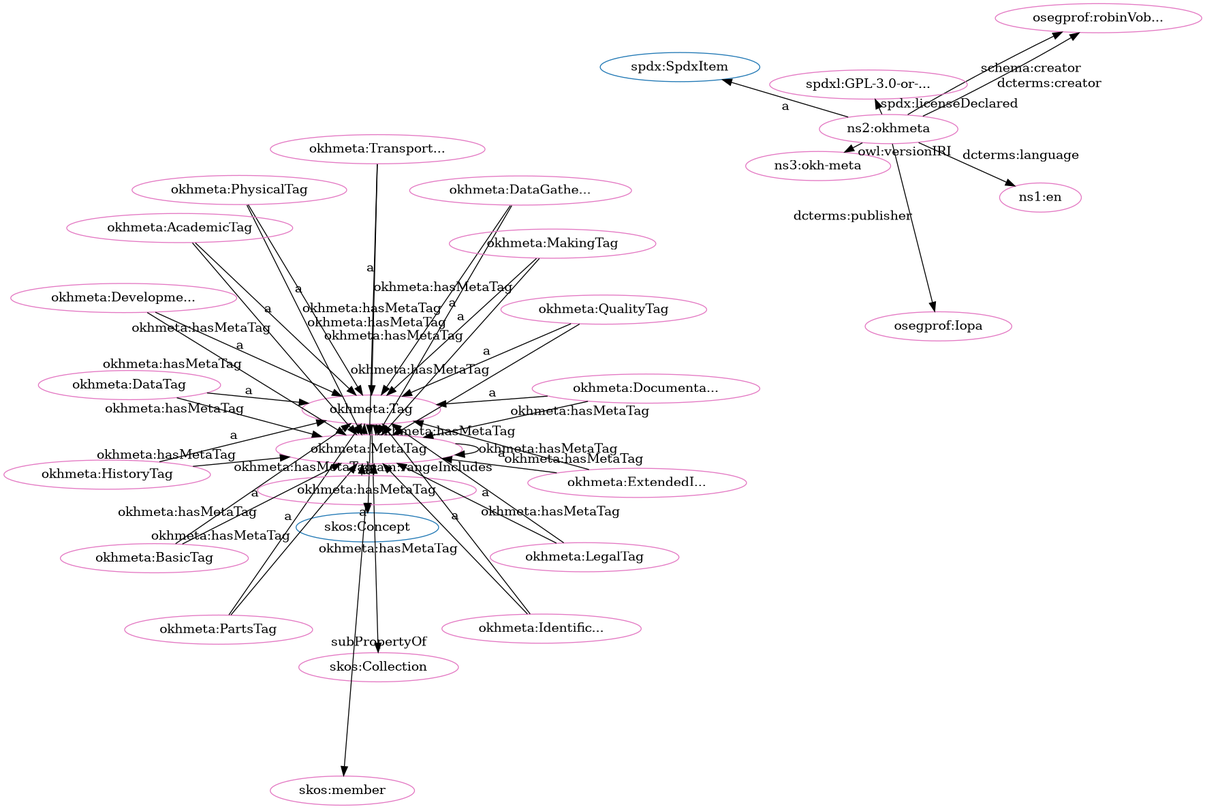
This is src/spec/dot_okh-meta-clean.png from iop-alliance/OpenKnowHow, a Graphviz export, as it was before one commit. Its source is kept beside it as src/spec/dot_okh-meta-clean.dot.
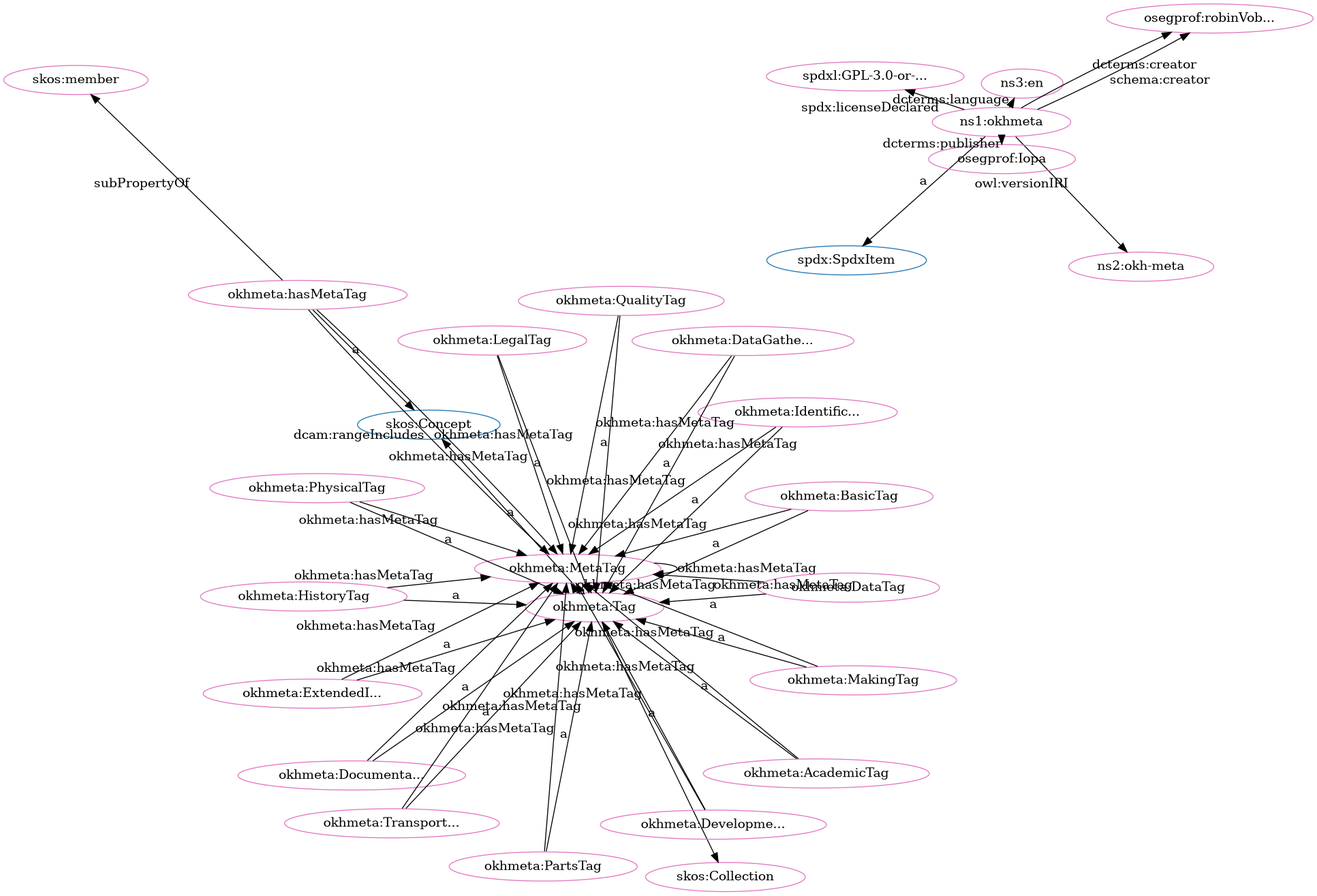
The same diagram one commit later.

Change to the diagram source:
```diff
@@ -1,80 +1,80 @@
 digraph G {
   rankdir=BT
   node[height=.3]
+"http://www.w3.org/2004/02/skos/core#Concept" [fillcolor="#1f77b4" color="#1f77b4" label="skos:Concept"]
 "http://w3id.org/oseg/ont/okhmeta#Tag" [fillcolor="#1f77b4" color="#1f77b4" label="okhmeta:Tag"]
-"http://www.w3.org/2004/02/skos/core#Concept" [fillcolor="#1f77b4" color="#1f77b4" label="skos:Concept"]
 "http://spdx.org/rdf/terms#SpdxItem" [fillcolor="#1f77b4" color="#1f77b4" label="spdx:SpdxItem"]
 "http://www.w3.org/2004/02/skos/core#Collection" [fillcolor="#1f77b4" color="#1f77b4" label="skos:Collection"]
+"http://w3id.org/oseg/ont/okhmeta" [fillcolor="#e377c2" color="#e377c2" label="ns1:okhmeta"]
+"http://w3id.org/oseg/ont/1.1.0/okh-meta" [fillcolor="#e377c2" color="#e377c2" label="ns2:okh-meta"]
+"http://w3id.org/oseg/ont/okhmeta#Tag" [fillcolor="#e377c2" color="#e377c2" label="okhmeta:Tag"]
 "http://w3id.org/oseg/ont/okhmeta#MetaTag" [fillcolor="#e377c2" color="#e377c2" label="okhmeta:MetaTag"]
+"http://w3id.org/oseg/ont/okhmeta#hasMetaTag" [fillcolor="#e377c2" color="#e377c2" label="okhmeta:hasMetaTag"]
+"http://w3id.org/oseg/ont/okhmeta#DataTag" [fillcolor="#e377c2" color="#e377c2" label="okhmeta:DataTag"]
+"http://www.w3.org/2004/02/skos/core#member" [fillcolor="#e377c2" color="#e377c2" label="skos:member"]
+"http://id.loc.gov/vocabulary/iso639-1/en" [fillcolor="#e377c2" color="#e377c2" label="ns3:en"]
+"http://w3id.org/oseg/ont/okhmeta#AcademicTag" [fillcolor="#e377c2" color="#e377c2" label="okhmeta:AcademicTag"]
+"http://w3id.org/oseg/ont/okhmeta#ExtendedInfoTag" [fillcolor="#e377c2" color="#e377c2" label="okhmeta:ExtendedI..."]
+"http://w3id.org/oseg/ont/oseg-profiles#robinVobruba" [fillcolor="#e377c2" color="#e377c2" label="osegprof:robinVob..."]
+"http://w3id.org/oseg/ont/okhmeta#PartsTag" [fillcolor="#e377c2" color="#e377c2" label="okhmeta:PartsTag"]
+"http://w3id.org/oseg/ont/okhmeta#DevelopmentTag" [fillcolor="#e377c2" color="#e377c2" label="okhmeta:Developme..."]
+"http://w3id.org/oseg/ont/okhmeta#LegalTag" [fillcolor="#e377c2" color="#e377c2" label="okhmeta:LegalTag"]
+"http://w3id.org/oseg/ont/okhmeta#BasicTag" [fillcolor="#e377c2" color="#e377c2" label="okhmeta:BasicTag"]
+"http://spdx.org/licenses/GPL-3.0-or-later" [fillcolor="#e377c2" color="#e377c2" label="spdxl:GPL-3.0-or-..."]
+"http://w3id.org/oseg/ont/okhmeta#IdentificationTag" [fillcolor="#e377c2" color="#e377c2" label="okhmeta:Identific..."]
+"http://w3id.org/oseg/ont/okhmeta#DataGatheringTag" [fillcolor="#e377c2" color="#e377c2" label="okhmeta:DataGathe..."]
 "http://w3id.org/oseg/ont/okhmeta#QualityTag" [fillcolor="#e377c2" color="#e377c2" label="okhmeta:QualityTag"]
-"http://w3id.org/oseg/ont/okhmeta#PartsTag" [fillcolor="#e377c2" color="#e377c2" label="okhmeta:PartsTag"]
-"http://w3id.org/oseg/ont/oseg-profiles#robinVobruba" [fillcolor="#e377c2" color="#e377c2" label="osegprof:robinVob..."]
-"http://id.loc.gov/vocabulary/iso639-1/en" [fillcolor="#e377c2" color="#e377c2" label="ns1:en"]
-"http://w3id.org/oseg/ont/okhmeta#HistoryTag" [fillcolor="#e377c2" color="#e377c2" label="okhmeta:HistoryTag"]
-"http://www.w3.org/2004/02/skos/core#member" [fillcolor="#e377c2" color="#e377c2" label="skos:member"]
-"http://w3id.org/oseg/ont/okhmeta" [fillcolor="#e377c2" color="#e377c2" label="ns2:okhmeta"]
-"http://w3id.org/oseg/ont/okhmeta#Tag" [fillcolor="#e377c2" color="#e377c2" label="okhmeta:Tag"]
-"http://w3id.org/oseg/ont/okhmeta#hasMetaTag" [fillcolor="#e377c2" color="#e377c2" label="okhmeta:hasMetaTag"]
-"http://w3id.org/oseg/ont/okhmeta#BasicTag" [fillcolor="#e377c2" color="#e377c2" label="okhmeta:BasicTag"]
-"http://w3id.org/oseg/ont/okhmeta#LegalTag" [fillcolor="#e377c2" color="#e377c2" label="okhmeta:LegalTag"]
+"http://w3id.org/oseg/ont/okhmeta#DocumentationTag" [fillcolor="#e377c2" color="#e377c2" label="okhmeta:Documenta..."]
 "http://w3id.org/oseg/ont/okhmeta#PhysicalTag" [fillcolor="#e377c2" color="#e377c2" label="okhmeta:PhysicalTag"]
+"http://www.w3.org/2004/02/skos/core#Collection" [fillcolor="#e377c2" color="#e377c2" label="skos:Collection"]
+"http://w3id.org/oseg/ont/okhmeta#MakingTag" [fillcolor="#e377c2" color="#e377c2" label="okhmeta:MakingTag"]
 "http://w3id.org/oseg/ont/oseg-profiles#Iopa" [fillcolor="#e377c2" color="#e377c2" label="osegprof:Iopa"]
 "http://w3id.org/oseg/ont/okhmeta#TransportationTag" [fillcolor="#e377c2" color="#e377c2" label="okhmeta:Transport..."]
-"http://w3id.org/oseg/ont/okhmeta#DataGatheringTag" [fillcolor="#e377c2" color="#e377c2" label="okhmeta:DataGathe..."]
-"http://w3id.org/oseg/ont/okhmeta#DocumentationTag" [fillcolor="#e377c2" color="#e377c2" label="okhmeta:Documenta..."]
-"http://w3id.org/oseg/ont/okhmeta#ExtendedInfoTag" [fillcolor="#e377c2" color="#e377c2" label="okhmeta:ExtendedI..."]
-"http://spdx.org/licenses/GPL-3.0-or-later" [fillcolor="#e377c2" color="#e377c2" label="spdxl:GPL-3.0-or-..."]
-"http://www.w3.org/2004/02/skos/core#Collection" [fillcolor="#e377c2" color="#e377c2" label="skos:Collection"]
-"http://w3id.org/oseg/ont/okhmeta#IdentificationTag" [fillcolor="#e377c2" color="#e377c2" label="okhmeta:Identific..."]
-"http://w3id.org/oseg/ont/1.1.0/okh-meta" [fillcolor="#e377c2" color="#e377c2" label="ns3:okh-meta"]
-"http://w3id.org/oseg/ont/okhmeta#DevelopmentTag" [fillcolor="#e377c2" color="#e377c2" label="okhmeta:Developme..."]
-"http://w3id.org/oseg/ont/okhmeta#AcademicTag" [fillcolor="#e377c2" color="#e377c2" label="okhmeta:AcademicTag"]
-"http://w3id.org/oseg/ont/okhmeta#DataTag" [fillcolor="#e377c2" color="#e377c2" label="okhmeta:DataTag"]
-"http://w3id.org/oseg/ont/okhmeta#MakingTag" [fillcolor="#e377c2" color="#e377c2" label="okhmeta:MakingTag"]
+"http://w3id.org/oseg/ont/okhmeta#HistoryTag" [fillcolor="#e377c2" color="#e377c2" label="okhmeta:HistoryTag"]
+  "http://w3id.org/oseg/ont/okhmeta" -> "http://spdx.org/rdf/terms#SpdxItem" [label="a"]
+  "http://w3id.org/oseg/ont/okhmeta#Tag" -> "http://www.w3.org/2004/02/skos/core#Concept" [label="a"]
+  "http://w3id.org/oseg/ont/okhmeta#hasMetaTag" -> "http://w3id.org/oseg/ont/okhmeta#MetaTag" [label="okhmeta:hasMetaTag"]
+  "http://w3id.org/oseg/ont/okhmeta#LegalTag" -> "http://w3id.org/oseg/ont/okhmeta#MetaTag" [label="okhmeta:hasMetaTag"]
+  "http://w3id.org/oseg/ont/okhmeta#DataTag" -> "http://w3id.org/oseg/ont/okhmeta#Tag" [label="a"]
+  "http://w3id.org/oseg/ont/okhmeta#hasMetaTag" -> "http://www.w3.org/2004/02/skos/core#member" [label="subPropertyOf"]
+  "http://w3id.org/oseg/ont/okhmeta#HistoryTag" -> "http://w3id.org/oseg/ont/okhmeta#Tag" [label="a"]
+  "http://w3id.org/oseg/ont/okhmeta#BasicTag" -> "http://w3id.org/oseg/ont/okhmeta#MetaTag" [label="okhmeta:hasMetaTag"]
+  "http://w3id.org/oseg/ont/okhmeta" -> "http://id.loc.gov/vocabulary/iso639-1/en" [label="dcterms:language"]
+  "http://w3id.org/oseg/ont/okhmeta#MetaTag" -> "http://w3id.org/oseg/ont/okhmeta#Tag" [label="a"]
+  "http://w3id.org/oseg/ont/okhmeta#ExtendedInfoTag" -> "http://w3id.org/oseg/ont/okhmeta#MetaTag" [label="okhmeta:hasMetaTag"]
+  "http://w3id.org/oseg/ont/okhmeta#ExtendedInfoTag" -> "http://w3id.org/oseg/ont/okhmeta#Tag" [label="a"]
+  "http://w3id.org/oseg/ont/okhmeta#PartsTag" -> "http://w3id.org/oseg/ont/okhmeta#MetaTag" [label="okhmeta:hasMetaTag"]
+  "http://w3id.org/oseg/ont/okhmeta#PartsTag" -> "http://w3id.org/oseg/ont/okhmeta#Tag" [label="a"]
+  "http://w3id.org/oseg/ont/okhmeta#MetaTag" -> "http://w3id.org/oseg/ont/okhmeta#MetaTag" [label="okhmeta:hasMetaTag"]
+  "http://w3id.org/oseg/ont/okhmeta#hasMetaTag" -> "http://www.w3.org/2004/02/skos/core#Concept" [label="a"]
+  "http://w3id.org/oseg/ont/okhmeta#DevelopmentTag" -> "http://w3id.org/oseg/ont/okhmeta#Tag" [label="a"]
+  "http://w3id.org/oseg/ont/okhmeta#AcademicTag" -> "http://w3id.org/oseg/ont/okhmeta#MetaTag" [label="okhmeta:hasMetaTag"]
+  "http://w3id.org/oseg/ont/okhmeta#DataGatheringTag" -> "http://w3id.org/oseg/ont/okhmeta#MetaTag" [label="okhmeta:hasMetaTag"]
+  "http://w3id.org/oseg/ont/okhmeta#DocumentationTag" -> "http://w3id.org/oseg/ont/okhmeta#MetaTag" [label="okhmeta:hasMetaTag"]
+  "http://w3id.org/oseg/ont/okhmeta#DataGatheringTag" -> "http://w3id.org/oseg/ont/okhmeta#Tag" [label="a"]
   "http://w3id.org/oseg/ont/okhmeta#QualityTag" -> "http://w3id.org/oseg/ont/okhmeta#Tag" [label="a"]
-  "http://w3id.org/oseg/ont/okhmeta#PartsTag" -> "http://w3id.org/oseg/ont/okhmeta#Tag" [label="a"]
-  "http://w3id.org/oseg/ont/okhmeta" -> "http://id.loc.gov/vocabulary/iso639-1/en" [label="dcterms:language"]
-  "http://w3id.org/oseg/ont/okhmeta#HistoryTag" -> "http://w3id.org/oseg/ont/okhmeta#Tag" [label="a"]
+  "http://w3id.org/oseg/ont/okhmeta#DocumentationTag" -> "http://w3id.org/oseg/ont/okhmeta#Tag" [label="a"]
+  "http://w3id.org/oseg/ont/okhmeta#IdentificationTag" -> "http://w3id.org/oseg/ont/okhmeta#MetaTag" [label="okhmeta:hasMetaTag"]
+  "http://w3id.org/oseg/ont/okhmeta#PhysicalTag" -> "http://w3id.org/oseg/ont/okhmeta#Tag" [label="a"]
+  "http://w3id.org/oseg/ont/okhmeta#DataTag" -> "http://w3id.org/oseg/ont/okhmeta#MetaTag" [label="okhmeta:hasMetaTag"]
+  "http://w3id.org/oseg/ont/okhmeta#MakingTag" -> "http://w3id.org/oseg/ont/okhmeta#Tag" [label="a"]
+  "http://w3id.org/oseg/ont/okhmeta" -> "http://w3id.org/oseg/ont/1.1.0/okh-meta" [label="owl:versionIRI"]
+  "http://w3id.org/oseg/ont/okhmeta#QualityTag" -> "http://w3id.org/oseg/ont/okhmeta#MetaTag" [label="okhmeta:hasMetaTag"]
   "http://w3id.org/oseg/ont/okhmeta#PhysicalTag" -> "http://w3id.org/oseg/ont/okhmeta#MetaTag" [label="okhmeta:hasMetaTag"]
-  "http://w3id.org/oseg/ont/okhmeta#DataTag" -> "http://w3id.org/oseg/ont/okhmeta#MetaTag" [label="okhmeta:hasMetaTag"]
-  "http://w3id.org/oseg/ont/okhmeta#Tag" -> "http://www.w3.org/2004/02/skos/core#Concept" [label="a"]
-  "http://w3id.org/oseg/ont/okhmeta" -> "http://spdx.org/rdf/terms#SpdxItem" [label="a"]
+  "http://w3id.org/oseg/ont/okhmeta#MakingTag" -> "http://w3id.org/oseg/ont/okhmeta#MetaTag" [label="okhmeta:hasMetaTag"]
+  "http://w3id.org/oseg/ont/okhmeta#AcademicTag" -> "http://w3id.org/oseg/ont/okhmeta#Tag" [label="a"]
+  "http://w3id.org/oseg/ont/okhmeta" -> "http://w3id.org/oseg/ont/oseg-profiles#robinVobruba" [label="dcterms:creator"]
+  "http://w3id.org/oseg/ont/okhmeta#TransportationTag" -> "http://w3id.org/oseg/ont/okhmeta#MetaTag" [label="okhmeta:hasMetaTag"]
+  "http://w3id.org/oseg/ont/okhmeta#Tag" -> "http://w3id.org/oseg/ont/okhmeta#MetaTag" [label="okhmeta:hasMetaTag"]
+  "http://w3id.org/oseg/ont/okhmeta" -> "http://w3id.org/oseg/ont/oseg-profiles#robinVobruba" [label="schema:creator"]
   "http://w3id.org/oseg/ont/okhmeta#hasMetaTag" -> "http://w3id.org/oseg/ont/okhmeta#MetaTag" [label="dcam:rangeIncludes"]
-  "http://w3id.org/oseg/ont/okhmeta#PhysicalTag" -> "http://w3id.org/oseg/ont/okhmeta#Tag" [label="a"]
-  "http://w3id.org/oseg/ont/okhmeta#DocumentationTag" -> "http://w3id.org/oseg/ont/okhmeta#MetaTag" [label="okhmeta:hasMetaTag"]
-  "http://w3id.org/oseg/ont/okhmeta" -> "http://w3id.org/oseg/ont/oseg-profiles#Iopa" [label="dcterms:publisher"]
+  "http://w3id.org/oseg/ont/okhmeta#LegalTag" -> "http://w3id.org/oseg/ont/okhmeta#Tag" [label="a"]
+  "http://w3id.org/oseg/ont/okhmeta#BasicTag" -> "http://w3id.org/oseg/ont/okhmeta#Tag" [label="a"]
   "http://w3id.org/oseg/ont/okhmeta#DevelopmentTag" -> "http://w3id.org/oseg/ont/okhmeta#MetaTag" [label="okhmeta:hasMetaTag"]
-  "http://w3id.org/oseg/ont/okhmeta#MetaTag" -> "http://w3id.org/oseg/ont/okhmeta#MetaTag" [label="okhmeta:hasMetaTag"]
-  "http://w3id.org/oseg/ont/okhmeta#BasicTag" -> "http://w3id.org/oseg/ont/okhmeta#MetaTag" [label="okhmeta:hasMetaTag"]
-  "http://w3id.org/oseg/ont/okhmeta#DataGatheringTag" -> "http://w3id.org/oseg/ont/okhmeta#Tag" [label="a"]
-  "http://w3id.org/oseg/ont/okhmeta#DocumentationTag" -> "http://w3id.org/oseg/ont/okhmeta#Tag" [label="a"]
-  "http://w3id.org/oseg/ont/okhmeta#ExtendedInfoTag" -> "http://w3id.org/oseg/ont/okhmeta#Tag" [label="a"]
   "http://w3id.org/oseg/ont/okhmeta" -> "http://spdx.org/licenses/GPL-3.0-or-later" [label="spdx:licenseDeclared"]
   "http://w3id.org/oseg/ont/okhmeta#IdentificationTag" -> "http://w3id.org/oseg/ont/okhmeta#Tag" [label="a"]
-  "http://w3id.org/oseg/ont/okhmeta#DevelopmentTag" -> "http://w3id.org/oseg/ont/okhmeta#Tag" [label="a"]
-  "http://w3id.org/oseg/ont/okhmeta#TransportationTag" -> "http://w3id.org/oseg/ont/okhmeta#MetaTag" [label="okhmeta:hasMetaTag"]
-  "http://w3id.org/oseg/ont/okhmeta" -> "http://w3id.org/oseg/ont/oseg-profiles#robinVobruba" [label="schema:creator"]
-  "http://w3id.org/oseg/ont/okhmeta#DataTag" -> "http://w3id.org/oseg/ont/okhmeta#Tag" [label="a"]
-  "http://w3id.org/oseg/ont/okhmeta#Tag" -> "http://w3id.org/oseg/ont/okhmeta#MetaTag" [label="okhmeta:hasMetaTag"]
-  "http://w3id.org/oseg/ont/okhmeta#DataGatheringTag" -> "http://w3id.org/oseg/ont/okhmeta#MetaTag" [label="okhmeta:hasMetaTag"]
-  "http://w3id.org/oseg/ont/okhmeta" -> "http://w3id.org/oseg/ont/oseg-profiles#robinVobruba" [label="dcterms:creator"]
-  "http://w3id.org/oseg/ont/okhmeta#ExtendedInfoTag" -> "http://w3id.org/oseg/ont/okhmeta#MetaTag" [label="okhmeta:hasMetaTag"]
-  "http://w3id.org/oseg/ont/okhmeta#IdentificationTag" -> "http://w3id.org/oseg/ont/okhmeta#MetaTag" [label="okhmeta:hasMetaTag"]
-  "http://w3id.org/oseg/ont/okhmeta#LegalTag" -> "http://w3id.org/oseg/ont/okhmeta#MetaTag" [label="okhmeta:hasMetaTag"]
-  "http://w3id.org/oseg/ont/okhmeta#hasMetaTag" -> "http://www.w3.org/2004/02/skos/core#member" [label="subPropertyOf"]
-  "http://w3id.org/oseg/ont/okhmeta#hasMetaTag" -> "http://w3id.org/oseg/ont/okhmeta#MetaTag" [label="okhmeta:hasMetaTag"]
-  "http://w3id.org/oseg/ont/okhmeta#BasicTag" -> "http://w3id.org/oseg/ont/okhmeta#Tag" [label="a"]
-  "http://w3id.org/oseg/ont/okhmeta#MetaTag" -> "http://w3id.org/oseg/ont/okhmeta#Tag" [label="a"]
-  "http://w3id.org/oseg/ont/okhmeta#LegalTag" -> "http://w3id.org/oseg/ont/okhmeta#Tag" [label="a"]
+  "http://w3id.org/oseg/ont/okhmeta#Tag" -> "http://www.w3.org/2004/02/skos/core#Collection" [label=""]
+  "http://w3id.org/oseg/ont/okhmeta" -> "http://w3id.org/oseg/ont/oseg-profiles#Iopa" [label="dcterms:publisher"]
   "http://w3id.org/oseg/ont/okhmeta#TransportationTag" -> "http://w3id.org/oseg/ont/okhmeta#Tag" [label="a"]
-  "http://w3id.org/oseg/ont/okhmeta#AcademicTag" -> "http://w3id.org/oseg/ont/okhmeta#MetaTag" [label="okhmeta:hasMetaTag"]
-  "http://w3id.org/oseg/ont/okhmeta#Tag" -> "http://www.w3.org/2004/02/skos/core#Collection" [label=""]
-  "http://w3id.org/oseg/ont/okhmeta#MakingTag" -> "http://w3id.org/oseg/ont/okhmeta#MetaTag" [label="okhmeta:hasMetaTag"]
-  "http://w3id.org/oseg/ont/okhmeta" -> "http://w3id.org/oseg/ont/1.1.0/okh-meta" [label="owl:versionIRI"]
-  "http://w3id.org/oseg/ont/okhmeta#QualityTag" -> "http://w3id.org/oseg/ont/okhmeta#MetaTag" [label="okhmeta:hasMetaTag"]
-  "http://w3id.org/oseg/ont/okhmeta#PartsTag" -> "http://w3id.org/oseg/ont/okhmeta#MetaTag" [label="okhmeta:hasMetaTag"]
   "http://w3id.org/oseg/ont/okhmeta#HistoryTag" -> "http://w3id.org/oseg/ont/okhmeta#MetaTag" [label="okhmeta:hasMetaTag"]
-  "http://w3id.org/oseg/ont/okhmeta#AcademicTag" -> "http://w3id.org/oseg/ont/okhmeta#Tag" [label="a"]
-  "http://w3id.org/oseg/ont/okhmeta#hasMetaTag" -> "http://www.w3.org/2004/02/skos/core#Concept" [label="a"]
-  "http://w3id.org/oseg/ont/okhmeta#MakingTag" -> "http://w3id.org/oseg/ont/okhmeta#Tag" [label="a"]
 }
```
